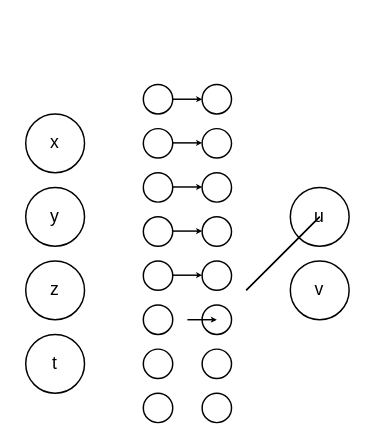
Before: PINNs/Diagramme sans nom.drawio in vitaldenodrest/greenwich-public, a draw.io diagram. Source tidied: cells renumbered, new cells numbered last; positions are measured from the earlier drawing's top-left corner, leaving out a move shared by most shapes. Both pictures are drawn from the tidied source at 147%, with x=0, y=0 at pixel (25, 84).
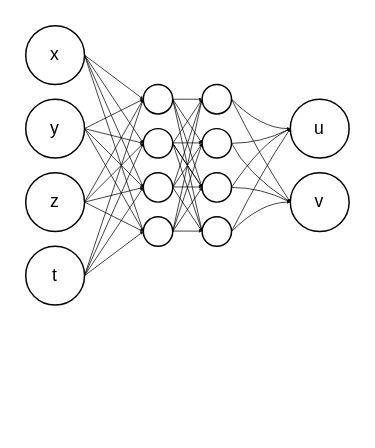
After the change.

Commit message:
Mettre à jour Diagramme sans nom.drawio

Unchanged cells that the change refers to:
```xml
<mxCell id="6" style="ellipse;whiteSpace=wrap;html=1;" parent="1" vertex="1">
  <mxGeometry x="80" y="30" width="20" height="20" as="geometry" />
</mxCell>
<mxCell id="7" style="ellipse;whiteSpace=wrap;html=1;" parent="1" vertex="1">
  <mxGeometry x="80" y="60" width="20" height="20" as="geometry" />
</mxCell>
<mxCell id="8" style="ellipse;whiteSpace=wrap;html=1;" parent="1" vertex="1">
  <mxGeometry x="80" y="90" width="20" height="20" as="geometry" />
</mxCell>
<mxCell id="14" style="ellipse;whiteSpace=wrap;html=1;" parent="1" vertex="1">
  <mxGeometry x="80" width="20" height="20" as="geometry" />
</mxCell>
<mxCell id="15" style="ellipse;whiteSpace=wrap;html=1;" parent="1" vertex="1">
  <mxGeometry x="120" y="30" width="20" height="20" as="geometry" />
</mxCell>
<mxCell id="16" style="ellipse;whiteSpace=wrap;html=1;" parent="1" vertex="1">
  <mxGeometry x="120" y="60" width="20" height="20" as="geometry" />
</mxCell>
<mxCell id="17" style="ellipse;whiteSpace=wrap;html=1;" parent="1" vertex="1">
  <mxGeometry x="120" y="90" width="20" height="20" as="geometry" />
</mxCell>
<mxCell id="22" style="ellipse;whiteSpace=wrap;html=1;" parent="1" vertex="1">
  <mxGeometry x="120" width="20" height="20" as="geometry" />
</mxCell>
```

Diff of the diagram source:
```diff
@@
+    <mxCell id="32" style="rounded=0;jettySize=auto;html=1;exitX=1;exitY=0.5;exitDx=0;exitDy=0;entryX=0;entryY=0.5;entryDx=0;entryDy=0;strokeWidth=0.5;endSize=1;startSize=6;" parent="1" edge="1" source="2" target="14">
+      <mxGeometry relative="1" as="geometry" />
+    </mxCell>
+    <mxCell id="33" style="rounded=0;jettySize=auto;html=1;exitX=1;exitY=0.5;exitDx=0;exitDy=0;entryX=0;entryY=0.5;entryDx=0;entryDy=0;strokeWidth=0.5;endSize=1;" parent="1" edge="1" source="2" target="6">
+      <mxGeometry relative="1" as="geometry" />
+    </mxCell>
+    <mxCell id="34" style="rounded=0;jettySize=auto;html=1;exitX=1;exitY=0.5;exitDx=0;exitDy=0;entryX=0;entryY=0.5;entryDx=0;entryDy=0;strokeWidth=0.5;endSize=1;" parent="1" edge="1" source="2" target="7">
+      <mxGeometry relative="1" as="geometry" />
+    </mxCell>
+    <mxCell id="35" style="rounded=0;jettySize=auto;html=1;exitX=1;exitY=0.5;exitDx=0;exitDy=0;entryX=0;entryY=0.5;entryDx=0;entryDy=0;strokeWidth=0.5;endSize=1;" parent="1" edge="1" source="2" target="8">
+      <mxGeometry relative="1" as="geometry" />
+    </mxCell>
     <mxCell id="2" value="x" style="ellipse;whiteSpace=wrap;html=1;" parent="1" vertex="1">
-      <mxGeometry y="20" width="40" height="40" as="geometry" />
+      <mxGeometry y="-40" width="40" height="40" as="geometry" />
     </mxCell>
+    <mxCell id="36" style="rounded=0;jettySize=auto;html=1;exitX=1;exitY=0.5;exitDx=0;exitDy=0;entryX=0;entryY=0.5;entryDx=0;entryDy=0;strokeWidth=0.5;endSize=1;" parent="1" edge="1" source="3" target="14">
+      <mxGeometry relative="1" as="geometry" />
+    </mxCell>
+    <mxCell id="37" style="rounded=0;jettySize=auto;html=1;exitX=1;exitY=0.5;exitDx=0;exitDy=0;entryX=0;entryY=0.5;entryDx=0;entryDy=0;strokeWidth=0.5;endSize=1;" parent="1" edge="1" source="3" target="6">
+      <mxGeometry relative="1" as="geometry" />
+    </mxCell>
+    <mxCell id="38" style="rounded=0;jettySize=auto;html=1;exitX=1;exitY=0.5;exitDx=0;exitDy=0;entryX=0;entryY=0.5;entryDx=0;entryDy=0;strokeWidth=0.5;endSize=1;" parent="1" edge="1" source="3" target="7">
+      <mxGeometry relative="1" as="geometry" />
+    </mxCell>
+    <mxCell id="39" style="rounded=0;jettySize=auto;html=1;exitX=1;exitY=0.5;exitDx=0;exitDy=0;entryX=0;entryY=0.5;entryDx=0;entryDy=0;strokeWidth=0.5;endSize=1;" parent="1" edge="1" source="3" target="8">
+      <mxGeometry relative="1" as="geometry" />
+    </mxCell>
     <mxCell id="3" value="y" style="ellipse;whiteSpace=wrap;html=1;" parent="1" vertex="1">
-      <mxGeometry y="70" width="40" height="40" as="geometry" />
+      <mxGeometry y="10" width="40" height="40" as="geometry" />
     </mxCell>
+    <mxCell id="40" style="rounded=0;jettySize=auto;html=1;exitX=1;exitY=0.5;exitDx=0;exitDy=0;entryX=0;entryY=0.5;entryDx=0;entryDy=0;strokeWidth=0.5;endSize=1;" parent="1" edge="1" source="4" target="14">
+      <mxGeometry relative="1" as="geometry" />
+    </mxCell>
+    <mxCell id="41" style="rounded=0;jettySize=auto;html=1;exitX=1;exitY=0.5;exitDx=0;exitDy=0;entryX=0;entryY=0.5;entryDx=0;entryDy=0;strokeWidth=0.5;endSize=1;" parent="1" edge="1" source="4" target="6">
+      <mxGeometry relative="1" as="geometry" />
+    </mxCell>
+    <mxCell id="42" style="rounded=0;jettySize=auto;html=1;exitX=1;exitY=0.5;exitDx=0;exitDy=0;entryX=0;entryY=0.5;entryDx=0;entryDy=0;strokeWidth=0.5;endSize=1;" parent="1" edge="1" source="4" target="7">
+      <mxGeometry relative="1" as="geometry" />
+    </mxCell>
+    <mxCell id="43" style="rounded=0;jettySize=auto;html=1;exitX=1;exitY=0.5;exitDx=0;exitDy=0;entryX=0;entryY=0.5;entryDx=0;entryDy=0;strokeWidth=0.5;endSize=1;" parent="1" edge="1" source="4" target="8">
+      <mxGeometry relative="1" as="geometry" />
+    </mxCell>
     <mxCell id="4" value="z" style="ellipse;whiteSpace=wrap;html=1;" parent="1" vertex="1">
-      <mxGeometry y="120" width="40" height="40" as="geometry" />
+      <mxGeometry y="60" width="40" height="40" as="geometry" />
     </mxCell>
+    <mxCell id="44" style="rounded=0;jettySize=auto;html=1;exitX=1;exitY=0.5;exitDx=0;exitDy=0;entryX=0;entryY=0.5;entryDx=0;entryDy=0;strokeWidth=0.5;endSize=1;" parent="1" edge="1" source="5" target="14">
+      <mxGeometry relative="1" as="geometry" />
+    </mxCell>
+    <mxCell id="45" style="rounded=0;jettySize=auto;html=1;exitX=1;exitY=0.5;exitDx=0;exitDy=0;entryX=0;entryY=0.5;entryDx=0;entryDy=0;strokeWidth=0.5;endSize=1;" parent="1" edge="1" source="5" target="6">
+      <mxGeometry relative="1" as="geometry" />
+    </mxCell>
+    <mxCell id="46" style="rounded=0;jettySize=auto;html=1;exitX=1;exitY=0.5;exitDx=0;exitDy=0;entryX=0;entryY=0.5;entryDx=0;entryDy=0;strokeWidth=0.5;endSize=1;" parent="1" edge="1" source="5" target="7">
+      <mxGeometry relative="1" as="geometry" />
+    </mxCell>
+    <mxCell id="47" style="rounded=0;jettySize=auto;html=1;exitX=1;exitY=0.5;exitDx=0;exitDy=0;entryX=0;entryY=0.5;entryDx=0;entryDy=0;strokeWidth=0.5;endSize=1;" parent="1" edge="1" source="5" target="8">
+      <mxGeometry relative="1" as="geometry" />
+    </mxCell>
     <mxCell id="5" value="t" style="ellipse;whiteSpace=wrap;html=1;" parent="1" vertex="1">
-      <mxGeometry y="170" width="40" height="40" as="geometry" />
+      <mxGeometry y="110" width="40" height="40" as="geometry" />
     </mxCell>
+    <mxCell id="48" style="rounded=0;jettySize=auto;html=1;exitX=1;exitY=0.5;exitDx=0;exitDy=0;entryX=0;entryY=0.5;entryDx=0;entryDy=0;strokeWidth=0.5;endSize=1;" parent="1" edge="1" source="6" target="16">
+      <mxGeometry relative="1" as="geometry" />
+    </mxCell>
+    <mxCell id="49" style="rounded=0;jettySize=auto;html=1;exitX=1;exitY=0.5;exitDx=0;exitDy=0;entryX=0;entryY=0.5;entryDx=0;entryDy=0;strokeWidth=0.5;endSize=1;" parent="1" edge="1" source="6" target="22">
+      <mxGeometry relative="1" as="geometry" />
+    </mxCell>
+    <mxCell id="50" style="rounded=0;jettySize=auto;html=1;exitX=1;exitY=0.5;exitDx=0;exitDy=0;entryX=0;entryY=0.5;entryDx=0;entryDy=0;strokeWidth=0.5;endSize=1;" parent="1" edge="1" source="6" target="16">
+      <mxGeometry relative="1" as="geometry" />
+    </mxCell>
+    <mxCell id="51" style="rounded=0;jettySize=auto;html=1;exitX=1;exitY=0.5;exitDx=0;exitDy=0;strokeWidth=0.5;endSize=1;" parent="1" edge="1" source="6">
+      <mxGeometry relative="1" as="geometry">
+        <mxPoint x="120" y="100" as="targetPoint" />
+      </mxGeometry>
+    </mxCell>
@@
+    <mxCell id="52" style="rounded=0;jettySize=auto;html=1;exitX=1;exitY=0.5;exitDx=0;exitDy=0;entryX=0;entryY=0.5;entryDx=0;entryDy=0;strokeWidth=0.5;endSize=1;" parent="1" edge="1" source="7" target="22">
+      <mxGeometry relative="1" as="geometry" />
+    </mxCell>
+    <mxCell id="53" style="rounded=0;jettySize=auto;html=1;exitX=1;exitY=0.5;exitDx=0;exitDy=0;strokeWidth=0.5;endSize=1;" parent="1" edge="1" source="7">
+      <mxGeometry relative="1" as="geometry">
+        <mxPoint x="120" y="40" as="targetPoint" />
+      </mxGeometry>
+    </mxCell>
+    <mxCell id="54" style="rounded=0;jettySize=auto;html=1;exitX=1;exitY=0.5;exitDx=0;exitDy=0;entryX=0;entryY=0.5;entryDx=0;entryDy=0;strokeWidth=0.5;endSize=1;" parent="1" edge="1" source="7" target="17">
+      <mxGeometry relative="1" as="geometry" />
+    </mxCell>
@@
+    <mxCell id="55" style="rounded=0;jettySize=auto;html=1;exitX=1;exitY=0.5;exitDx=0;exitDy=0;entryX=0;entryY=0.5;entryDx=0;entryDy=0;strokeWidth=0.5;endSize=1;" parent="1" edge="1" source="8" target="22">
+      <mxGeometry relative="1" as="geometry" />
+    </mxCell>
+    <mxCell id="56" style="rounded=0;jettySize=auto;html=1;exitX=1;exitY=0.5;exitDx=0;exitDy=0;strokeWidth=0.5;endSize=1;" parent="1" edge="1" source="8">
+      <mxGeometry relative="1" as="geometry">
+        <mxPoint x="120" y="40" as="targetPoint" />
+      </mxGeometry>
+    </mxCell>
+    <mxCell id="57" style="rounded=0;jettySize=auto;html=1;exitX=1;exitY=0.5;exitDx=0;exitDy=0;strokeWidth=0.5;endSize=1;" parent="1" edge="1" source="8">
+      <mxGeometry relative="1" as="geometry">
+        <mxPoint x="120" y="70" as="targetPoint" />
+      </mxGeometry>
+    </mxCell>
@@
-    <mxCell id="9" style="ellipse;whiteSpace=wrap;html=1;" parent="1" vertex="1">
-      <mxGeometry x="80" y="120" width="20" height="20" as="geometry" />
-    </mxCell>
-    <mxCell id="10" style="ellipse;whiteSpace=wrap;html=1;" parent="1" vertex="1">
-      <mxGeometry x="80" y="150" width="20" height="20" as="geometry" />
-    </mxCell>
-    <mxCell id="11" style="ellipse;whiteSpace=wrap;html=1;" parent="1" vertex="1">
-      <mxGeometry x="80" y="180" width="20" height="20" as="geometry" />
-    </mxCell>
-    <mxCell id="12" style="ellipse;whiteSpace=wrap;html=1;" parent="1" vertex="1">
-      <mxGeometry x="80" y="210" width="20" height="20" as="geometry" />
-    </mxCell>
-    <mxCell id="13" style="rounded=0;jettySize=auto;html=1;exitX=1;exitY=0.5;exitDx=0;exitDy=0;entryX=0;entryY=0.5;entryDx=0;entryDy=0;startSize=6;endSize=1;" parent="1" edge="1" source="14" target="22">
+    <mxCell id="13" style="rounded=0;jettySize=auto;html=1;exitX=1;exitY=0.5;exitDx=0;exitDy=0;entryX=0;entryY=0.5;entryDx=0;entryDy=0;startSize=6;endSize=1;strokeWidth=0.5;" parent="1" edge="1" source="14" target="22">
       <mxGeometry relative="1" as="geometry" />
     </mxCell>
+    <mxCell id="58" style="rounded=0;jettySize=auto;html=1;exitX=1;exitY=0.5;exitDx=0;exitDy=0;entryX=0;entryY=0.5;entryDx=0;entryDy=0;strokeWidth=0.5;endSize=1;" parent="1" edge="1" source="14" target="15">
+      <mxGeometry relative="1" as="geometry" />
+    </mxCell>
+    <mxCell id="59" style="rounded=0;jettySize=auto;html=1;exitX=1;exitY=0.5;exitDx=0;exitDy=0;entryX=0;entryY=0.5;entryDx=0;entryDy=0;strokeWidth=0.5;endSize=1;" parent="1" edge="1" source="14" target="16">
+      <mxGeometry relative="1" as="geometry" />
+    </mxCell>
+    <mxCell id="60" style="rounded=0;jettySize=auto;html=1;exitX=1;exitY=0.5;exitDx=0;exitDy=0;entryX=0;entryY=0.5;entryDx=0;entryDy=0;strokeWidth=0.5;endSize=1;" parent="1" edge="1" source="14" target="17">
+      <mxGeometry relative="1" as="geometry" />
+    </mxCell>
@@
+    <mxCell id="61" style="rounded=0;jettySize=auto;html=1;exitX=1;exitY=0.5;exitDx=0;exitDy=0;entryX=0;entryY=0.5;entryDx=0;entryDy=0;strokeWidth=0.5;endSize=1;curved=1;" parent="1" edge="1" source="15" target="23">
+      <mxGeometry relative="1" as="geometry">
+        <Array as="points">
+          <mxPoint x="160" y="40" />
+        </Array>
+      </mxGeometry>
+    </mxCell>
+    <mxCell id="62" style="rounded=0;jettySize=auto;html=1;exitX=1;exitY=0.5;exitDx=0;exitDy=0;entryX=0;entryY=0.5;entryDx=0;entryDy=0;strokeWidth=0.5;endSize=1;curved=1;" parent="1" edge="1" source="15" target="24">
+      <mxGeometry relative="1" as="geometry">
+        <Array as="points">
+          <mxPoint x="150" y="60" />
+        </Array>
+      </mxGeometry>
+    </mxCell>
@@
+    <mxCell id="63" style="rounded=0;jettySize=auto;html=1;exitX=1;exitY=0.5;exitDx=0;exitDy=0;entryX=0;entryY=0.5;entryDx=0;entryDy=0;strokeWidth=0.5;endSize=1;curved=1;" parent="1" edge="1" source="16" target="23">
+      <mxGeometry relative="1" as="geometry">
+        <Array as="points">
+          <mxPoint x="160" y="40" />
+        </Array>
+      </mxGeometry>
+    </mxCell>
+    <mxCell id="64" style="rounded=0;jettySize=auto;html=1;exitX=1;exitY=0.5;exitDx=0;exitDy=0;entryX=0;entryY=0.5;entryDx=0;entryDy=0;strokeWidth=0.5;endSize=1;curved=1;" parent="1" edge="1" source="16" target="24">
+      <mxGeometry relative="1" as="geometry">
+        <Array as="points">
+          <mxPoint x="160" y="70" />
+        </Array>
+      </mxGeometry>
+    </mxCell>
@@
+    <mxCell id="65" style="rounded=0;jettySize=auto;html=1;exitX=1;exitY=0.5;exitDx=0;exitDy=0;entryX=0;entryY=0.5;entryDx=0;entryDy=0;strokeWidth=0.5;endSize=1;curved=1;" parent="1" edge="1" source="17" target="23">
+      <mxGeometry relative="1" as="geometry">
+        <Array as="points">
+          <mxPoint x="160" y="60" />
+        </Array>
+      </mxGeometry>
+    </mxCell>
+    <mxCell id="66" style="rounded=0;jettySize=auto;html=1;exitX=1;exitY=0.5;exitDx=0;exitDy=0;entryX=0;entryY=0.5;entryDx=0;entryDy=0;strokeWidth=0.5;endSize=1;curved=1;" parent="1" edge="1" source="17" target="24">
+      <mxGeometry relative="1" as="geometry">
+        <Array as="points">
+          <mxPoint x="160" y="80" />
+        </Array>
+      </mxGeometry>
+    </mxCell>
@@
-    <mxCell id="18" style="ellipse;whiteSpace=wrap;html=1;" parent="1" vertex="1">
-      <mxGeometry x="120" y="120" width="20" height="20" as="geometry" />
-    </mxCell>
-    <mxCell id="19" style="ellipse;whiteSpace=wrap;html=1;" parent="1" vertex="1">
-      <mxGeometry x="120" y="150" width="20" height="20" as="geometry" />
-    </mxCell>
-    <mxCell id="20" style="ellipse;whiteSpace=wrap;html=1;" parent="1" vertex="1">
-      <mxGeometry x="120" y="180" width="20" height="20" as="geometry" />
-    </mxCell>
-    <mxCell id="21" style="ellipse;whiteSpace=wrap;html=1;" parent="1" vertex="1">
-      <mxGeometry x="120" y="210" width="20" height="20" as="geometry" />
-    </mxCell>
+    <mxCell id="67" style="rounded=0;jettySize=auto;html=1;exitX=1;exitY=0.5;exitDx=0;exitDy=0;entryX=0;entryY=0.5;entryDx=0;entryDy=0;strokeWidth=0.5;endSize=1;curved=1;" parent="1" edge="1" source="22" target="23">
+      <mxGeometry relative="1" as="geometry">
+        <Array as="points">
+          <mxPoint x="160" y="30" />
+        </Array>
+      </mxGeometry>
+    </mxCell>
+    <mxCell id="68" style="rounded=0;jettySize=auto;html=1;exitX=1;exitY=0.5;exitDx=0;exitDy=0;entryX=0;entryY=0.5;entryDx=0;entryDy=0;strokeWidth=0.5;endSize=1;curved=1;" parent="1" edge="1" source="22" target="24">
+      <mxGeometry relative="1" as="geometry">
+        <Array as="points">
+          <mxPoint x="160" y="50" />
+        </Array>
+      </mxGeometry>
+    </mxCell>
@@
     <mxCell id="23" value="u" style="ellipse;whiteSpace=wrap;html=1;" parent="1" vertex="1">
-      <mxGeometry x="180" y="70" width="40" height="40" as="geometry" />
+      <mxGeometry x="180" y="10" width="40" height="40" as="geometry" />
     </mxCell>
     <mxCell id="24" value="v" style="ellipse;whiteSpace=wrap;html=1;" parent="1" vertex="1">
-      <mxGeometry x="180" y="120" width="40" height="40" as="geometry" />
+      <mxGeometry x="180" y="60" width="40" height="40" as="geometry" />
     </mxCell>
-    <mxCell id="25" style="endArrow=none;html=1;rounded=0;" parent="1" edge="1">
-      <mxGeometry relative="1" as="geometry">
-        <mxPoint x="150" y="140" as="sourcePoint" />
-        <mxPoint x="200" y="90" as="targetPoint" />
-      </mxGeometry>
-    </mxCell>
-    <mxCell id="26" style="endArrow=none;html=1;rounded=0;" parent="1" edge="1">
-      <mxGeometry relative="1" as="geometry">
-        <mxPoint x="150" y="140" as="sourcePoint" />
-        <mxPoint x="200" y="90" as="targetPoint" />
-      </mxGeometry>
-    </mxCell>
-    <mxCell id="27" style="rounded=0;orthogonalLoop=1;jettySize=auto;html=1;exitX=1;exitY=0.5;exitDx=0;exitDy=0;entryX=0;entryY=0.5;entryDx=0;entryDy=0;startSize=6;endSize=1;" parent="1" edge="1">
+    <mxCell id="27" style="rounded=0;orthogonalLoop=1;jettySize=auto;html=1;exitX=1;exitY=0.5;exitDx=0;exitDy=0;entryX=0;entryY=0.5;entryDx=0;entryDy=0;startSize=6;endSize=1;strokeWidth=0.5;" parent="1" edge="1">
       <mxGeometry relative="1" as="geometry">
         <mxPoint x="100" y="39.7" as="sourcePoint" />
         <mxPoint x="120" y="39.7" as="targetPoint" />
       </mxGeometry>
     </mxCell>
-    <mxCell id="28" style="rounded=0;orthogonalLoop=1;jettySize=auto;html=1;exitX=1;exitY=0.5;exitDx=0;exitDy=0;entryX=0;entryY=0.5;entryDx=0;entryDy=0;startSize=6;endSize=1;" parent="1" edge="1">
+    <mxCell id="28" style="rounded=0;orthogonalLoop=1;jettySize=auto;html=1;exitX=1;exitY=0.5;exitDx=0;exitDy=0;entryX=0;entryY=0.5;entryDx=0;entryDy=0;startSize=6;endSize=1;strokeWidth=0.5;" parent="1" edge="1">
       <mxGeometry relative="1" as="geometry">
         <mxPoint x="100" y="69.7" as="sourcePoint" />
         <mxPoint x="120" y="69.7" as="targetPoint" />
       </mxGeometry>
     </mxCell>
-    <mxCell id="29" style="rounded=0;orthogonalLoop=1;jettySize=auto;html=1;exitX=1;exitY=0.5;exitDx=0;exitDy=0;entryX=0;entryY=0.5;entryDx=0;entryDy=0;startSize=6;endSize=1;" parent="1" edge="1">
+    <mxCell id="29" style="rounded=0;orthogonalLoop=1;jettySize=auto;html=1;exitX=1;exitY=0.5;exitDx=0;exitDy=0;entryX=0;entryY=0.5;entryDx=0;entryDy=0;startSize=6;endSize=1;strokeWidth=0.5;" parent="1" edge="1">
       <mxGeometry relative="1" as="geometry">
         <mxPoint x="100" y="99.7" as="sourcePoint" />
         <mxPoint x="120" y="99.7" as="targetPoint" />
       </mxGeometry>
     </mxCell>
-    <mxCell id="30" style="rounded=0;orthogonalLoop=1;jettySize=auto;html=1;exitX=1;exitY=0.5;exitDx=0;exitDy=0;entryX=0;entryY=0.5;entryDx=0;entryDy=0;startSize=6;endSize=1;" parent="1" edge="1">
-      <mxGeometry relative="1" as="geometry">
-        <mxPoint x="100" y="129.7" as="sourcePoint" />
-        <mxPoint x="120" y="129.7" as="targetPoint" />
-      </mxGeometry>
-    </mxCell>
-    <mxCell id="31" style="rounded=0;orthogonalLoop=1;jettySize=auto;html=1;exitX=1;exitY=0.5;exitDx=0;exitDy=0;entryX=0;entryY=0.5;entryDx=0;entryDy=0;startSize=6;endSize=1;" parent="1" edge="1">
-      <mxGeometry relative="1" as="geometry">
-        <mxPoint x="110" y="160" as="sourcePoint" />
-        <mxPoint x="130" y="160" as="targetPoint" />
-      </mxGeometry>
-    </mxCell>
```
